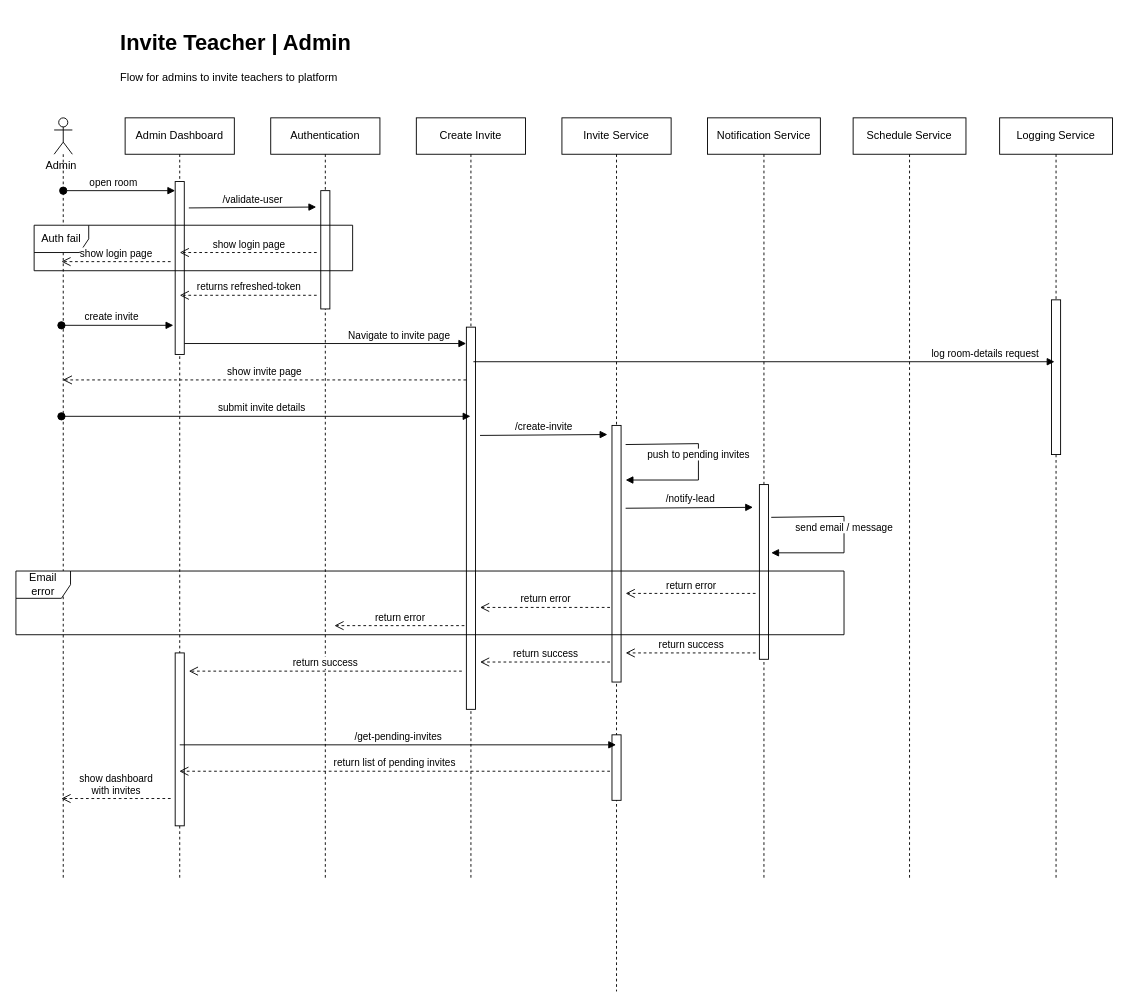
Earlier version of the draw.io diagram page "Invite | Admin" (1 of 8) of docs/assets/Sequence Diagram.drawio (akshayvijaynair/music-academy-docs). Source tidied: cells renumbered, new cells numbered last; positions are measured from the earlier drawing's top-left corner, leaving out a move shared by most shapes. Both pictures are drawn from the tidied source at 91%, with x=0, y=0 at pixel (15, 25).
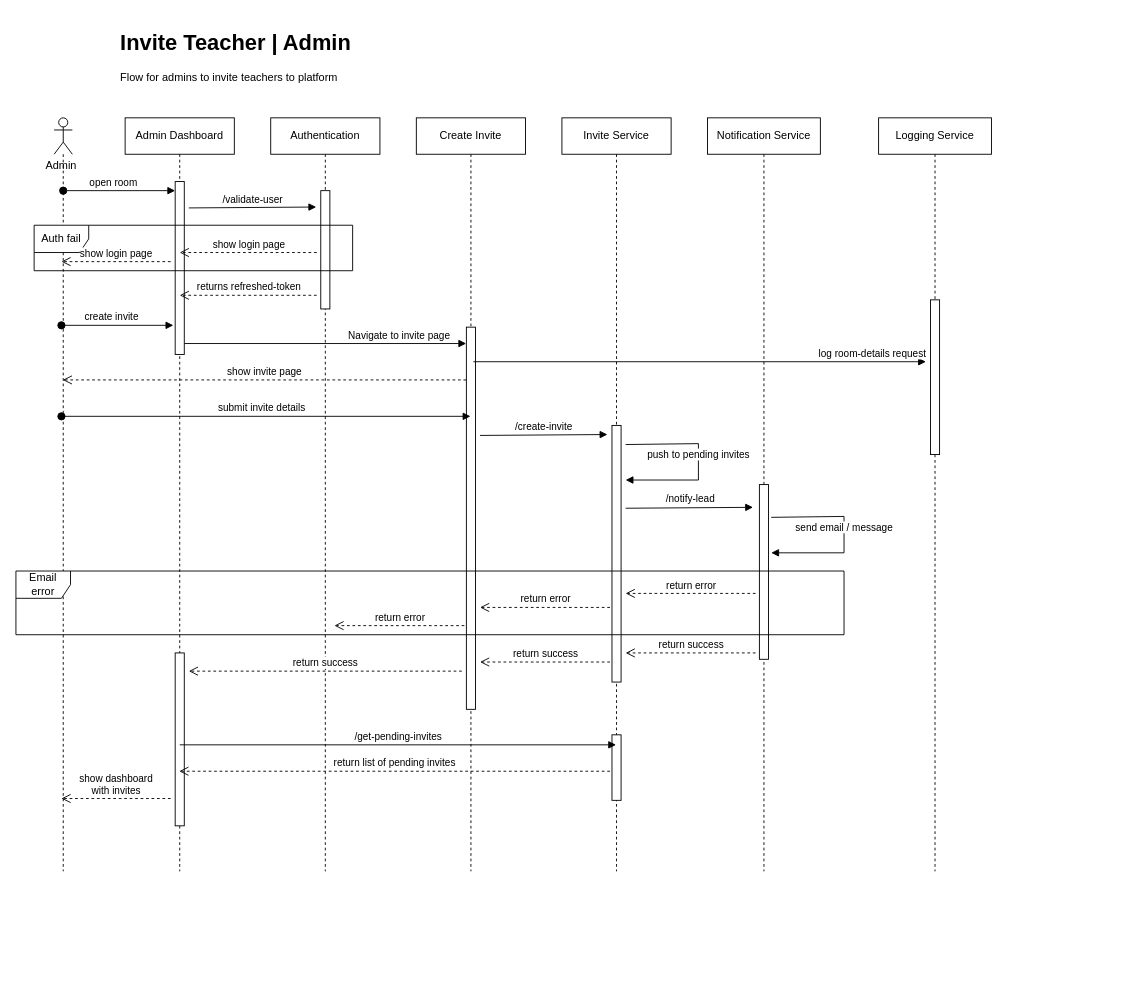
The same diagram, later.

Commit message:
feat(SequenceDiagram): added signup page

Diff of the diagram source:
```diff
@@
     <mxCell id="2" value="Admin Dashboard" style="shape=umlLifeline;perimeter=lifelinePerimeter;whiteSpace=wrap;html=1;outlineConnect=0;portConstraint=eastwest;newEdgeStyle={&quot;edgeStyle&quot;:&quot;elbowEdgeStyle&quot;,&quot;elbow&quot;:&quot;vertical&quot;,&quot;curved&quot;:0,&quot;rounded&quot;:0};" parent="1" vertex="1">
-      <mxGeometry x="120" y="102" width="120" height="838" as="geometry" />
+      <mxGeometry x="120" y="102" width="120" height="828" as="geometry" />
     </mxCell>
@@
     <mxCell id="5" value="Authentication" style="shape=umlLifeline;perimeter=lifelinePerimeter;whiteSpace=wrap;html=1;newEdgeStyle={&quot;edgeStyle&quot;:&quot;elbowEdgeStyle&quot;,&quot;elbow&quot;:&quot;vertical&quot;,&quot;curved&quot;:0,&quot;rounded&quot;:0};" parent="1" vertex="1">
-      <mxGeometry x="280" y="102" width="120" height="838" as="geometry" />
+      <mxGeometry x="280" y="102" width="120" height="828" as="geometry" />
     </mxCell>
@@
     <mxCell id="7" style="shape=umlLifeline;perimeter=lifelinePerimeter;whiteSpace=wrap;html=1;outlineConnect=0;portConstraint=eastwest;newEdgeStyle={&quot;curved&quot;:0,&quot;rounded&quot;:0};participant=umlActor;" parent="1" vertex="1">
-      <mxGeometry x="42" y="102" width="20" height="838" as="geometry" />
+      <mxGeometry x="42" y="102" width="20" height="828" as="geometry" />
     </mxCell>
@@
     <mxCell id="10" value="Logging Service" style="shape=umlLifeline;perimeter=lifelinePerimeter;whiteSpace=wrap;html=1;newEdgeStyle={&quot;edgeStyle&quot;:&quot;elbowEdgeStyle&quot;,&quot;elbow&quot;:&quot;vertical&quot;,&quot;curved&quot;:0,&quot;rounded&quot;:0};" parent="1" vertex="1">
-      <mxGeometry x="1081" y="102" width="124" height="838" as="geometry" />
+      <mxGeometry x="948" y="102" width="124" height="828" as="geometry" />
     </mxCell>
@@
     <mxCell id="19" value="Create Invite" style="shape=umlLifeline;perimeter=lifelinePerimeter;whiteSpace=wrap;html=1;outlineConnect=0;portConstraint=eastwest;newEdgeStyle={&quot;edgeStyle&quot;:&quot;elbowEdgeStyle&quot;,&quot;elbow&quot;:&quot;vertical&quot;,&quot;curved&quot;:0,&quot;rounded&quot;:0};" parent="1" vertex="1">
-      <mxGeometry x="440" y="102" width="120" height="838" as="geometry" />
+      <mxGeometry x="440" y="102" width="120" height="828" as="geometry" />
     </mxCell>
@@
     <mxCell id="23" value="Invite Service" style="shape=umlLifeline;perimeter=lifelinePerimeter;whiteSpace=wrap;html=1;outlineConnect=0;portConstraint=eastwest;newEdgeStyle={&quot;edgeStyle&quot;:&quot;elbowEdgeStyle&quot;,&quot;elbow&quot;:&quot;vertical&quot;,&quot;curved&quot;:0,&quot;rounded&quot;:0};" parent="1" vertex="1">
-      <mxGeometry x="600" y="102" width="120" height="960" as="geometry" />
+      <mxGeometry x="600" y="102" width="120" height="828" as="geometry" />
     </mxCell>
@@
     <mxCell id="26" value="log room-details request" style="html=1;verticalAlign=bottom;endArrow=block;curved=0;rounded=0;" parent="1" edge="1">
       <mxGeometry x="0.76" relative="1" as="geometry">
         <mxPoint x="502.7" y="370" as="sourcePoint" />
-        <mxPoint x="1141.3" y="370" as="targetPoint" />
+        <mxPoint x="1000" y="370" as="targetPoint" />
       </mxGeometry>
     </mxCell>
     <mxCell id="27" value="Notification Service" style="shape=umlLifeline;perimeter=lifelinePerimeter;whiteSpace=wrap;html=1;newEdgeStyle={&quot;edgeStyle&quot;:&quot;elbowEdgeStyle&quot;,&quot;elbow&quot;:&quot;vertical&quot;,&quot;curved&quot;:0,&quot;rounded&quot;:0};" parent="1" vertex="1">
-      <mxGeometry x="760" y="102" width="124" height="838" as="geometry" />
+      <mxGeometry x="760" y="102" width="124" height="828" as="geometry" />
     </mxCell>
@@
-    <mxCell id="30" value="Schedule Service" style="shape=umlLifeline;perimeter=lifelinePerimeter;whiteSpace=wrap;html=1;newEdgeStyle={&quot;edgeStyle&quot;:&quot;elbowEdgeStyle&quot;,&quot;elbow&quot;:&quot;vertical&quot;,&quot;curved&quot;:0,&quot;rounded&quot;:0};" parent="1" vertex="1">
-      <mxGeometry x="920" y="102" width="124" height="838" as="geometry" />
-    </mxCell>
```
